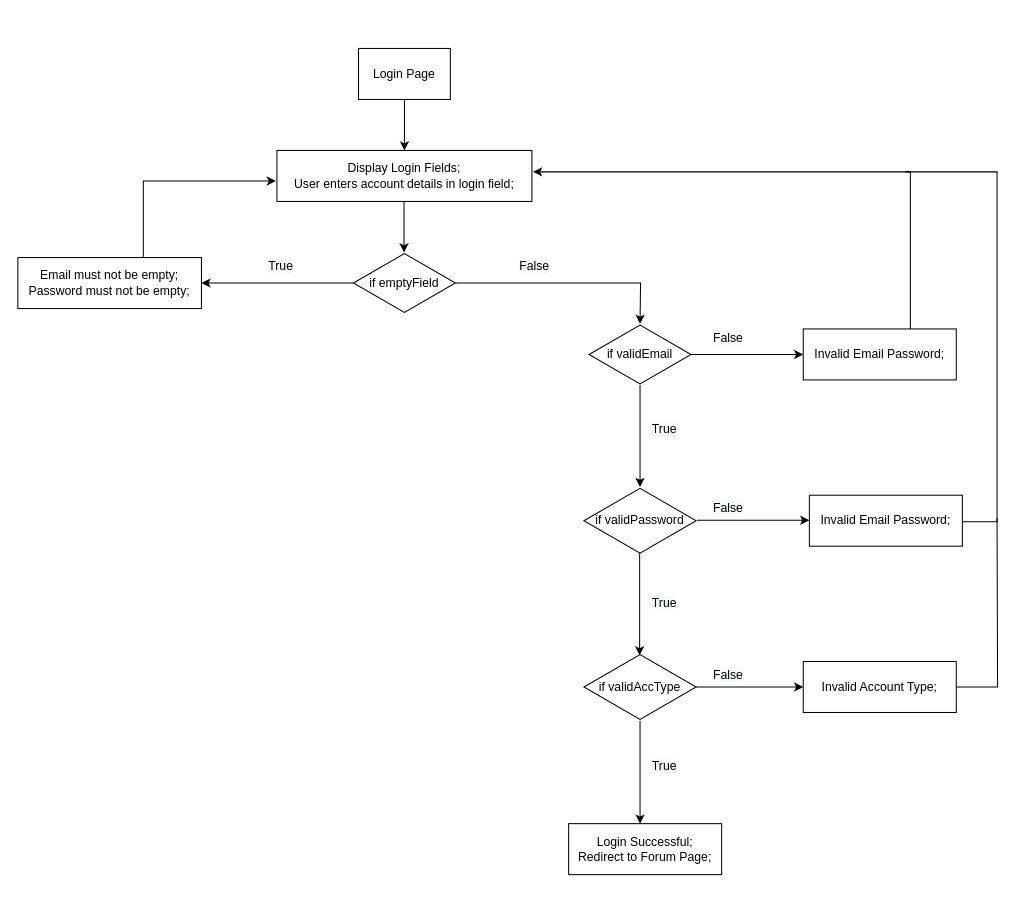
EliezerOng/CZ2006-Web-Devz keeps this draw.io diagram as page "Login White Box CFG" (12 of 12) of Untitled Diagram.drawio. Above is the earlier version. Source tidied: cells renumbered, new cells numbered last; positions are measured from the earlier drawing's top-left corner, leaving out a move shared by most shapes. Both pictures are drawn from the tidied source at 102%, with x=0, y=0 at pixel (17, 48).
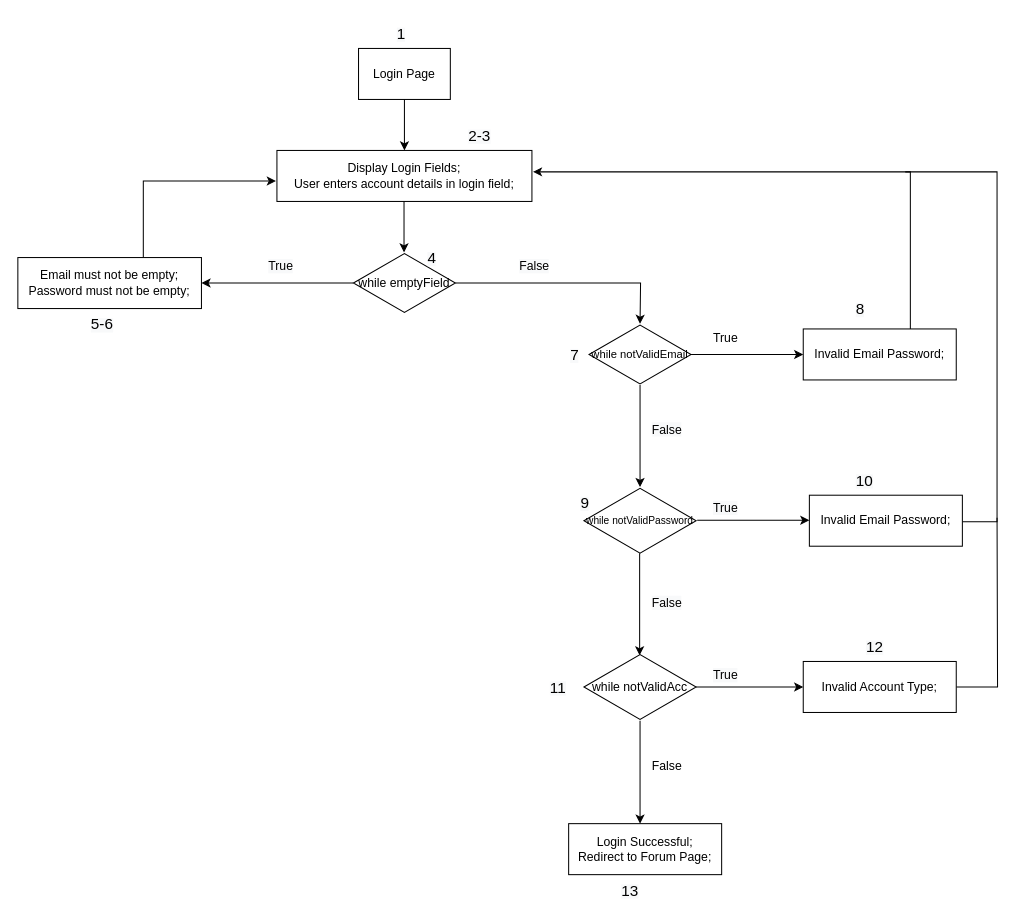
The same page after the edit.

Change to the diagram source:
```diff
@@
-    <mxCell id="6" value="if emptyField" style="html=1;whiteSpace=wrap;shape=isoRectangle;" parent="1" vertex="1">
+    <mxCell id="6" value="while emptyField" style="html=1;whiteSpace=wrap;shape=isoRectangle;" parent="1" vertex="1">
       <mxGeometry x="329" y="200" width="100" height="60" as="geometry" />
     </mxCell>
@@
-    <mxCell id="15" value="if validEmail" style="html=1;whiteSpace=wrap;shape=isoRectangle;" parent="1" vertex="1">
+    <mxCell id="15" value="&lt;font style=&quot;font-size: 11px&quot;&gt;while notValidEmail&lt;/font&gt;" style="html=1;whiteSpace=wrap;shape=isoRectangle;" parent="1" vertex="1">
       <mxGeometry x="560" y="270" width="100" height="60" as="geometry" />
     </mxCell>
-    <mxCell id="16" value="&lt;span style=&quot;color: rgb(0 , 0 , 0) ; font-family: &amp;#34;helvetica&amp;#34; ; font-size: 12px ; font-style: normal ; font-weight: 400 ; letter-spacing: normal ; text-align: center ; text-indent: 0px ; text-transform: none ; word-spacing: 0px ; background-color: rgb(248 , 249 , 250) ; display: inline ; float: none&quot;&gt;False&lt;/span&gt;" style="text;whiteSpace=wrap;html=1;" parent="1" vertex="1">
+    <mxCell id="16" value="&lt;div style=&quot;text-align: center&quot;&gt;&lt;span&gt;&lt;font face=&quot;helvetica&quot;&gt;True&lt;/font&gt;&lt;/span&gt;&lt;/div&gt;" style="text;whiteSpace=wrap;html=1;" parent="1" vertex="1">
       <mxGeometry x="680" y="270" width="90" height="30" as="geometry" />
     </mxCell>
@@
-    <mxCell id="19" value="&lt;span style=&quot;color: rgb(0 , 0 , 0) ; font-family: &amp;#34;helvetica&amp;#34; ; font-size: 12px ; font-style: normal ; font-weight: 400 ; letter-spacing: normal ; text-align: center ; text-indent: 0px ; text-transform: none ; word-spacing: 0px ; background-color: rgb(248 , 249 , 250) ; display: inline ; float: none&quot;&gt;True&lt;/span&gt;" style="text;whiteSpace=wrap;html=1;" parent="1" vertex="1">
+    <mxCell id="19" value="&lt;span style=&quot;color: rgb(0 , 0 , 0) ; font-family: &amp;#34;helvetica&amp;#34; ; font-size: 12px ; font-style: normal ; font-weight: 400 ; letter-spacing: normal ; text-align: center ; text-indent: 0px ; text-transform: none ; word-spacing: 0px ; background-color: rgb(248 , 249 , 250) ; display: inline ; float: none&quot;&gt;False&lt;/span&gt;" style="text;whiteSpace=wrap;html=1;" parent="1" vertex="1">
       <mxGeometry x="620" y="360" width="90" height="30" as="geometry" />
     </mxCell>
-    <mxCell id="20" value="if validPassword" style="html=1;whiteSpace=wrap;shape=isoRectangle;" parent="1" vertex="1">
+    <mxCell id="20" value="&lt;font style=&quot;font-size: 10px&quot;&gt;while notValidPassword&lt;/font&gt;" style="html=1;whiteSpace=wrap;shape=isoRectangle;" parent="1" vertex="1">
       <mxGeometry x="555" y="430" width="110" height="66" as="geometry" />
     </mxCell>
@@
-    <mxCell id="22" value="&lt;span style=&quot;color: rgb(0 , 0 , 0) ; font-family: &amp;#34;helvetica&amp;#34; ; font-size: 12px ; font-style: normal ; font-weight: 400 ; letter-spacing: normal ; text-align: center ; text-indent: 0px ; text-transform: none ; word-spacing: 0px ; background-color: rgb(248 , 249 , 250) ; display: inline ; float: none&quot;&gt;False&lt;/span&gt;" style="text;whiteSpace=wrap;html=1;" parent="1" vertex="1">
+    <mxCell id="22" value="&lt;span style=&quot;color: rgb(0 , 0 , 0) ; font-family: &amp;#34;helvetica&amp;#34; ; font-size: 12px ; font-style: normal ; font-weight: 400 ; letter-spacing: normal ; text-align: center ; text-indent: 0px ; text-transform: none ; word-spacing: 0px ; background-color: rgb(248 , 249 , 250) ; display: inline ; float: none&quot;&gt;True&lt;/span&gt;" style="text;whiteSpace=wrap;html=1;" parent="1" vertex="1">
       <mxGeometry x="680" y="437" width="90" height="30" as="geometry" />
     </mxCell>
@@
-    <mxCell id="28" value="if validAccType" style="html=1;whiteSpace=wrap;shape=isoRectangle;" parent="1" vertex="1">
+    <mxCell id="28" value="while notValidAcc" style="html=1;whiteSpace=wrap;shape=isoRectangle;" parent="1" vertex="1">
       <mxGeometry x="555" y="593" width="110" height="66" as="geometry" />
     </mxCell>
@@
-    <mxCell id="31" value="&lt;span style=&quot;color: rgb(0 , 0 , 0) ; font-family: &amp;#34;helvetica&amp;#34; ; font-size: 12px ; font-style: normal ; font-weight: 400 ; letter-spacing: normal ; text-align: center ; text-indent: 0px ; text-transform: none ; word-spacing: 0px ; background-color: rgb(248 , 249 , 250) ; display: inline ; float: none&quot;&gt;False&lt;/span&gt;" style="text;whiteSpace=wrap;html=1;" parent="1" vertex="1">
+    <mxCell id="31" value="&lt;span style=&quot;color: rgb(0 , 0 , 0) ; font-family: &amp;#34;helvetica&amp;#34; ; font-size: 12px ; font-style: normal ; font-weight: 400 ; letter-spacing: normal ; text-align: center ; text-indent: 0px ; text-transform: none ; word-spacing: 0px ; background-color: rgb(248 , 249 , 250) ; display: inline ; float: none&quot;&gt;True&lt;/span&gt;" style="text;whiteSpace=wrap;html=1;" parent="1" vertex="1">
       <mxGeometry x="680" y="601" width="90" height="30" as="geometry" />
     </mxCell>
-    <mxCell id="32" value="&lt;span style=&quot;color: rgb(0 , 0 , 0) ; font-family: &amp;#34;helvetica&amp;#34; ; font-size: 12px ; font-style: normal ; font-weight: 400 ; letter-spacing: normal ; text-align: center ; text-indent: 0px ; text-transform: none ; word-spacing: 0px ; background-color: rgb(248 , 249 , 250) ; display: inline ; float: none&quot;&gt;True&lt;/span&gt;" style="text;whiteSpace=wrap;html=1;" parent="1" vertex="1">
+    <mxCell id="32" value="&lt;span style=&quot;color: rgb(0 , 0 , 0) ; font-family: &amp;#34;helvetica&amp;#34; ; font-size: 12px ; font-style: normal ; font-weight: 400 ; letter-spacing: normal ; text-align: center ; text-indent: 0px ; text-transform: none ; word-spacing: 0px ; background-color: rgb(248 , 249 , 250) ; display: inline ; float: none&quot;&gt;False&lt;/span&gt;" style="text;whiteSpace=wrap;html=1;" parent="1" vertex="1">
       <mxGeometry x="620" y="530" width="90" height="30" as="geometry" />
     </mxCell>
-    <mxCell id="33" value="&lt;span style=&quot;color: rgb(0 , 0 , 0) ; font-family: &amp;#34;helvetica&amp;#34; ; font-size: 12px ; font-style: normal ; font-weight: 400 ; letter-spacing: normal ; text-align: center ; text-indent: 0px ; text-transform: none ; word-spacing: 0px ; background-color: rgb(248 , 249 , 250) ; display: inline ; float: none&quot;&gt;True&lt;/span&gt;" style="text;whiteSpace=wrap;html=1;" parent="1" vertex="1">
+    <mxCell id="33" value="&lt;div style=&quot;text-align: center&quot;&gt;&lt;span&gt;&lt;font face=&quot;helvetica&quot;&gt;False&lt;/font&gt;&lt;/span&gt;&lt;/div&gt;" style="text;whiteSpace=wrap;html=1;" parent="1" vertex="1">
       <mxGeometry x="620" y="690" width="90" height="30" as="geometry" />
     </mxCell>
@@
+    <mxCell id="35" value="&lt;span style=&quot;color: rgb(0 , 0 , 0) ; font-family: &amp;#34;helvetica&amp;#34; ; font-style: normal ; font-weight: 400 ; letter-spacing: normal ; text-align: center ; text-indent: 0px ; text-transform: none ; word-spacing: 0px ; background-color: rgb(248 , 249 , 250) ; display: inline ; float: none&quot;&gt;&lt;font style=&quot;font-size: 15px&quot;&gt;1&lt;/font&gt;&lt;/span&gt;" style="text;whiteSpace=wrap;html=1;" parent="1" vertex="1">
+      <mxGeometry x="370" y="-30" width="90" height="30" as="geometry" />
+    </mxCell>
+    <mxCell id="36" value="&lt;span style=&quot;color: rgb(0 , 0 , 0) ; font-family: &amp;#34;helvetica&amp;#34; ; font-style: normal ; font-weight: 400 ; letter-spacing: normal ; text-align: center ; text-indent: 0px ; text-transform: none ; word-spacing: 0px ; background-color: rgb(248 , 249 , 250) ; display: inline ; float: none&quot;&gt;&lt;font style=&quot;font-size: 15px&quot;&gt;2-3&lt;/font&gt;&lt;/span&gt;" style="text;whiteSpace=wrap;html=1;" parent="1" vertex="1">
+      <mxGeometry x="440" y="70" width="90" height="30" as="geometry" />
+    </mxCell>
+    <mxCell id="37" value="&lt;span style=&quot;color: rgb(0 , 0 , 0) ; font-family: &amp;#34;helvetica&amp;#34; ; font-style: normal ; font-weight: 400 ; letter-spacing: normal ; text-align: center ; text-indent: 0px ; text-transform: none ; word-spacing: 0px ; background-color: rgb(248 , 249 , 250) ; display: inline ; float: none&quot;&gt;&lt;font style=&quot;font-size: 15px&quot;&gt;4&lt;/font&gt;&lt;/span&gt;" style="text;whiteSpace=wrap;html=1;" parent="1" vertex="1">
+      <mxGeometry x="400" y="190" width="90" height="30" as="geometry" />
+    </mxCell>
+    <mxCell id="38" value="&lt;span style=&quot;color: rgb(0 , 0 , 0) ; font-family: &amp;#34;helvetica&amp;#34; ; font-style: normal ; font-weight: 400 ; letter-spacing: normal ; text-align: center ; text-indent: 0px ; text-transform: none ; word-spacing: 0px ; background-color: rgb(248 , 249 , 250) ; display: inline ; float: none&quot;&gt;&lt;font style=&quot;font-size: 15px&quot;&gt;5-6&lt;/font&gt;&lt;/span&gt;" style="text;whiteSpace=wrap;html=1;" parent="1" vertex="1">
+      <mxGeometry x="70" y="255" width="90" height="30" as="geometry" />
+    </mxCell>
+    <mxCell id="39" value="&lt;span style=&quot;color: rgb(0 , 0 , 0) ; font-family: &amp;#34;helvetica&amp;#34; ; font-style: normal ; font-weight: 400 ; letter-spacing: normal ; text-align: center ; text-indent: 0px ; text-transform: none ; word-spacing: 0px ; background-color: rgb(248 , 249 , 250) ; display: inline ; float: none&quot;&gt;&lt;font style=&quot;font-size: 15px&quot;&gt;7&lt;/font&gt;&lt;/span&gt;" style="text;whiteSpace=wrap;html=1;" parent="1" vertex="1">
+      <mxGeometry x="540" y="285" width="90" height="30" as="geometry" />
+    </mxCell>
+    <mxCell id="40" value="&lt;span style=&quot;color: rgb(0 , 0 , 0) ; font-family: &amp;#34;helvetica&amp;#34; ; font-style: normal ; font-weight: 400 ; letter-spacing: normal ; text-align: center ; text-indent: 0px ; text-transform: none ; word-spacing: 0px ; background-color: rgb(248 , 249 , 250) ; display: inline ; float: none&quot;&gt;&lt;font style=&quot;font-size: 15px&quot;&gt;8&lt;/font&gt;&lt;/span&gt;" style="text;whiteSpace=wrap;html=1;" parent="1" vertex="1">
+      <mxGeometry x="820" y="240" width="90" height="30" as="geometry" />
+    </mxCell>
+    <mxCell id="41" value="&lt;span style=&quot;color: rgb(0 , 0 , 0) ; font-family: &amp;#34;helvetica&amp;#34; ; font-style: normal ; font-weight: 400 ; letter-spacing: normal ; text-align: center ; text-indent: 0px ; text-transform: none ; word-spacing: 0px ; background-color: rgb(248 , 249 , 250) ; display: inline ; float: none&quot;&gt;&lt;font style=&quot;font-size: 15px&quot;&gt;9&lt;/font&gt;&lt;/span&gt;" style="text;whiteSpace=wrap;html=1;" parent="1" vertex="1">
+      <mxGeometry x="550" y="430" width="90" height="30" as="geometry" />
+    </mxCell>
+    <mxCell id="42" value="&lt;span style=&quot;color: rgb(0 , 0 , 0) ; font-family: &amp;#34;helvetica&amp;#34; ; font-style: normal ; font-weight: 400 ; letter-spacing: normal ; text-align: center ; text-indent: 0px ; text-transform: none ; word-spacing: 0px ; background-color: rgb(248 , 249 , 250) ; display: inline ; float: none&quot;&gt;&lt;font style=&quot;font-size: 15px&quot;&gt;10&lt;/font&gt;&lt;/span&gt;" style="text;whiteSpace=wrap;html=1;" parent="1" vertex="1">
+      <mxGeometry x="820" y="408" width="90" height="30" as="geometry" />
+    </mxCell>
+    <mxCell id="43" value="&lt;span style=&quot;color: rgb(0 , 0 , 0) ; font-family: &amp;#34;helvetica&amp;#34; ; font-style: normal ; font-weight: 400 ; letter-spacing: normal ; text-align: center ; text-indent: 0px ; text-transform: none ; word-spacing: 0px ; background-color: rgb(248 , 249 , 250) ; display: inline ; float: none&quot;&gt;&lt;font style=&quot;font-size: 15px&quot;&gt;12&lt;/font&gt;&lt;/span&gt;" style="text;whiteSpace=wrap;html=1;" parent="1" vertex="1">
+      <mxGeometry x="830" y="571" width="90" height="30" as="geometry" />
+    </mxCell>
+    <mxCell id="44" value="&lt;span style=&quot;color: rgb(0 , 0 , 0) ; font-family: &amp;#34;helvetica&amp;#34; ; font-style: normal ; font-weight: 400 ; letter-spacing: normal ; text-align: center ; text-indent: 0px ; text-transform: none ; word-spacing: 0px ; background-color: rgb(248 , 249 , 250) ; display: inline ; float: none&quot;&gt;&lt;font style=&quot;font-size: 15px&quot;&gt;11&lt;/font&gt;&lt;/span&gt;" style="text;whiteSpace=wrap;html=1;" parent="1" vertex="1">
+      <mxGeometry x="520" y="611" width="90" height="30" as="geometry" />
+    </mxCell>
+    <mxCell id="45" value="&lt;span style=&quot;color: rgb(0 , 0 , 0) ; font-family: &amp;#34;helvetica&amp;#34; ; font-style: normal ; font-weight: 400 ; letter-spacing: normal ; text-align: center ; text-indent: 0px ; text-transform: none ; word-spacing: 0px ; background-color: rgb(248 , 249 , 250) ; display: inline ; float: none&quot;&gt;&lt;font style=&quot;font-size: 15px&quot;&gt;13&lt;/font&gt;&lt;/span&gt;" style="text;whiteSpace=wrap;html=1;" parent="1" vertex="1">
+      <mxGeometry x="590" y="810" width="90" height="30" as="geometry" />
+    </mxCell>
```
